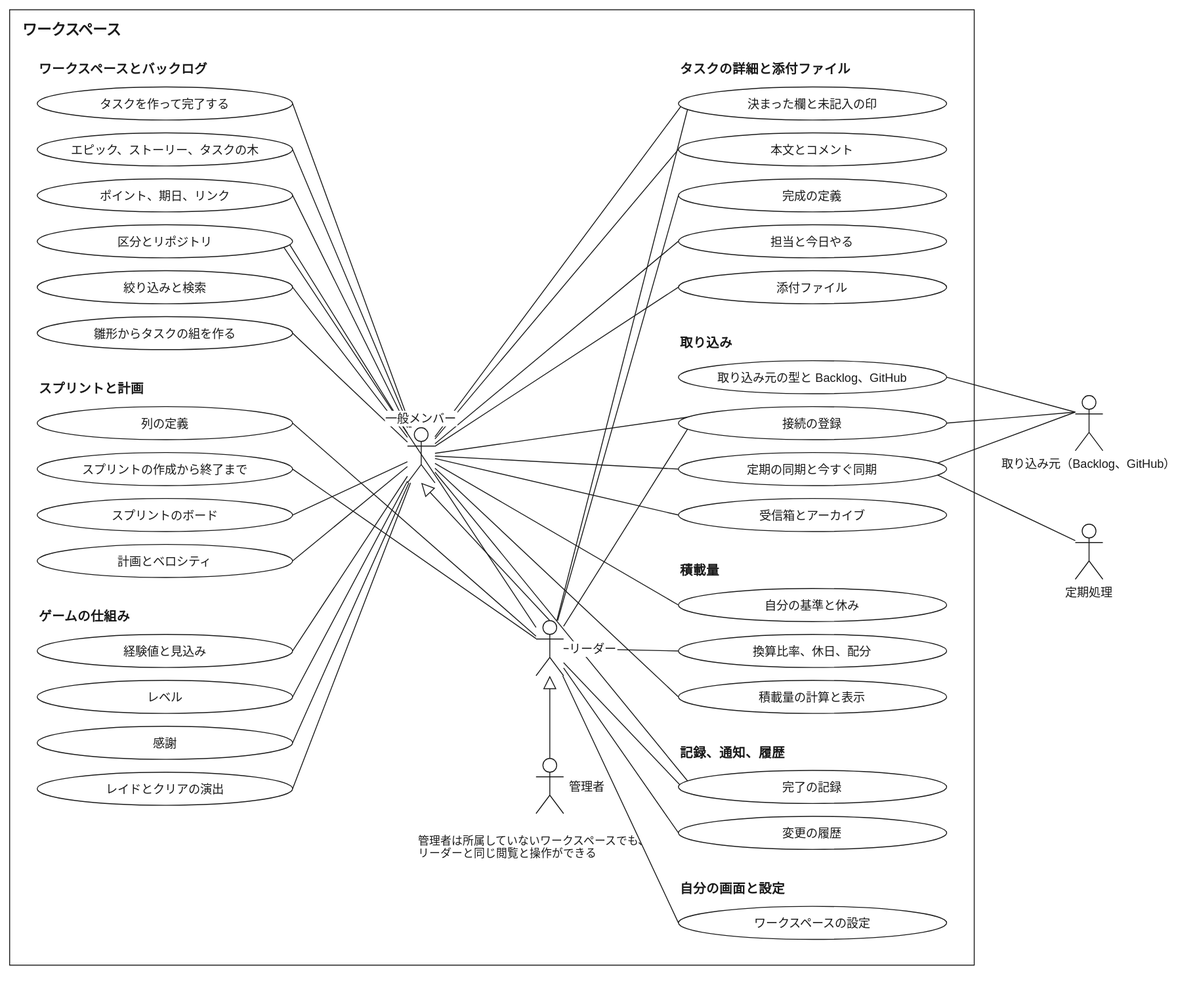
This is docs/use-cases-workspace.drawio.svg from ucan-lab/scrum-guild, a draw.io export, as it was before one commit. Source tidied: cells renumbered, new cells last; positions are measured from the earlier drawing's top-left corner, leaving out a move shared by most shapes.
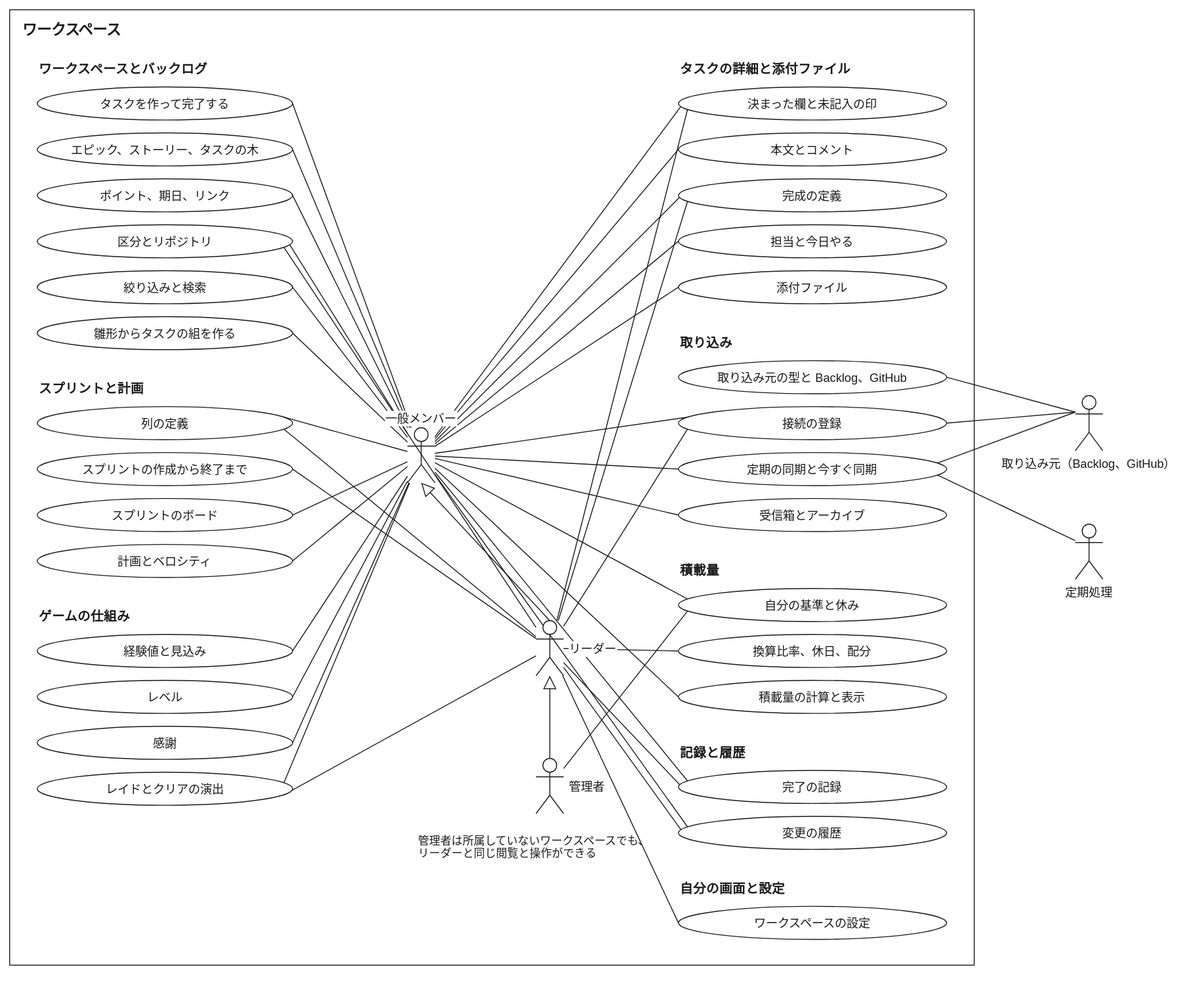
The same diagram one commit later.

Commit message:
docs: ユースケース図の login を「ログインした人」にし、見る側と依頼主の付け替えの線を足す

Diff of the diagram source:
```diff
@@ -29,93 +29,108 @@
     <mxCell id="10" style="html=0;fontFamily=Helvetica;fontSize=13;fontColor=#1a1a1a;strokeColor=#1a1a1a;endArrow=none;endFill=0;rounded=0;entryX=1;entryY=0.5;entryDx=0;entryDy=0;" parent="1" edge="1" source="78" target="47">
       <mxGeometry relative="1" as="geometry" />
     </mxCell>
-    <mxCell id="11" style="html=0;fontFamily=Helvetica;fontSize=13;fontColor=#1a1a1a;strokeColor=#1a1a1a;endArrow=none;endFill=0;rounded=0;entryX=1;entryY=0.5;entryDx=0;entryDy=0;" parent="1" edge="1" source="79" target="49">
+    <mxCell id="11" style="html=0;fontFamily=Helvetica;fontSize=13;fontColor=#1a1a1a;strokeColor=#1a1a1a;endArrow=none;endFill=0;rounded=0;entryX=1;entryY=0.3;entryDx=0;entryDy=0;" parent="1" edge="1" source="78" target="49">
       <mxGeometry relative="1" as="geometry" />
     </mxCell>
-    <mxCell id="12" style="html=0;fontFamily=Helvetica;fontSize=13;fontColor=#1a1a1a;strokeColor=#1a1a1a;endArrow=none;endFill=0;rounded=0;entryX=1;entryY=0.5;entryDx=0;entryDy=0;" parent="1" edge="1" source="79" target="50">
+    <mxCell id="12" style="html=0;fontFamily=Helvetica;fontSize=13;fontColor=#1a1a1a;strokeColor=#1a1a1a;endArrow=none;endFill=0;rounded=0;entryX=1;entryY=0.7;entryDx=0;entryDy=0;" parent="1" edge="1" source="79" target="49">
       <mxGeometry relative="1" as="geometry" />
     </mxCell>
-    <mxCell id="13" style="html=0;fontFamily=Helvetica;fontSize=13;fontColor=#1a1a1a;strokeColor=#1a1a1a;endArrow=none;endFill=0;rounded=0;entryX=1;entryY=0.5;entryDx=0;entryDy=0;" parent="1" edge="1" source="78" target="51">
+    <mxCell id="13" style="html=0;fontFamily=Helvetica;fontSize=13;fontColor=#1a1a1a;strokeColor=#1a1a1a;endArrow=none;endFill=0;rounded=0;entryX=1;entryY=0.5;entryDx=0;entryDy=0;" parent="1" edge="1" source="79" target="50">
       <mxGeometry relative="1" as="geometry" />
     </mxCell>
-    <mxCell id="14" style="html=0;fontFamily=Helvetica;fontSize=13;fontColor=#1a1a1a;strokeColor=#1a1a1a;endArrow=none;endFill=0;rounded=0;entryX=1;entryY=0.5;entryDx=0;entryDy=0;" parent="1" edge="1" source="78" target="52">
+    <mxCell id="14" style="html=0;fontFamily=Helvetica;fontSize=13;fontColor=#1a1a1a;strokeColor=#1a1a1a;endArrow=none;endFill=0;rounded=0;entryX=1;entryY=0.5;entryDx=0;entryDy=0;" parent="1" edge="1" source="78" target="51">
       <mxGeometry relative="1" as="geometry" />
     </mxCell>
-    <mxCell id="15" style="html=0;fontFamily=Helvetica;fontSize=13;fontColor=#1a1a1a;strokeColor=#1a1a1a;endArrow=none;endFill=0;rounded=0;entryX=1;entryY=0.5;entryDx=0;entryDy=0;" parent="1" edge="1" source="78" target="54">
+    <mxCell id="15" style="html=0;fontFamily=Helvetica;fontSize=13;fontColor=#1a1a1a;strokeColor=#1a1a1a;endArrow=none;endFill=0;rounded=0;entryX=1;entryY=0.5;entryDx=0;entryDy=0;" parent="1" edge="1" source="78" target="52">
       <mxGeometry relative="1" as="geometry" />
     </mxCell>
-    <mxCell id="16" style="html=0;fontFamily=Helvetica;fontSize=13;fontColor=#1a1a1a;strokeColor=#1a1a1a;endArrow=none;endFill=0;rounded=0;entryX=1;entryY=0.5;entryDx=0;entryDy=0;" parent="1" edge="1" source="78" target="55">
+    <mxCell id="16" style="html=0;fontFamily=Helvetica;fontSize=13;fontColor=#1a1a1a;strokeColor=#1a1a1a;endArrow=none;endFill=0;rounded=0;entryX=1;entryY=0.5;entryDx=0;entryDy=0;" parent="1" edge="1" source="78" target="54">
       <mxGeometry relative="1" as="geometry" />
     </mxCell>
-    <mxCell id="17" style="html=0;fontFamily=Helvetica;fontSize=13;fontColor=#1a1a1a;strokeColor=#1a1a1a;endArrow=none;endFill=0;rounded=0;entryX=1;entryY=0.5;entryDx=0;entryDy=0;" parent="1" edge="1" source="78" target="56">
+    <mxCell id="17" style="html=0;fontFamily=Helvetica;fontSize=13;fontColor=#1a1a1a;strokeColor=#1a1a1a;endArrow=none;endFill=0;rounded=0;entryX=1;entryY=0.5;entryDx=0;entryDy=0;" parent="1" edge="1" source="78" target="55">
       <mxGeometry relative="1" as="geometry" />
     </mxCell>
-    <mxCell id="18" style="html=0;fontFamily=Helvetica;fontSize=13;fontColor=#1a1a1a;strokeColor=#1a1a1a;endArrow=none;endFill=0;rounded=0;entryX=1;entryY=0.5;entryDx=0;entryDy=0;" parent="1" edge="1" source="78" target="57">
+    <mxCell id="18" style="html=0;fontFamily=Helvetica;fontSize=13;fontColor=#1a1a1a;strokeColor=#1a1a1a;endArrow=none;endFill=0;rounded=0;entryX=1;entryY=0.5;entryDx=0;entryDy=0;" parent="1" edge="1" source="78" target="56">
       <mxGeometry relative="1" as="geometry" />
     </mxCell>
-    <mxCell id="19" style="html=0;fontFamily=Helvetica;fontSize=13;fontColor=#1a1a1a;strokeColor=#1a1a1a;endArrow=none;endFill=0;rounded=0;entryX=0;entryY=0.3;entryDx=0;entryDy=0;" parent="1" edge="1" source="78" target="59">
+    <mxCell id="19" style="html=0;fontFamily=Helvetica;fontSize=13;fontColor=#1a1a1a;strokeColor=#1a1a1a;endArrow=none;endFill=0;rounded=0;entryX=1;entryY=0.3;entryDx=0;entryDy=0;" parent="1" edge="1" source="78" target="57">
       <mxGeometry relative="1" as="geometry" />
     </mxCell>
-    <mxCell id="20" style="html=0;fontFamily=Helvetica;fontSize=13;fontColor=#1a1a1a;strokeColor=#1a1a1a;endArrow=none;endFill=0;rounded=0;entryX=0;entryY=0.7;entryDx=0;entryDy=0;" parent="1" edge="1" source="79" target="59">
+    <mxCell id="20" style="html=0;fontFamily=Helvetica;fontSize=13;fontColor=#1a1a1a;strokeColor=#1a1a1a;endArrow=none;endFill=0;rounded=0;entryX=1;entryY=0.7;entryDx=0;entryDy=0;" parent="1" edge="1" source="79" target="57">
       <mxGeometry relative="1" as="geometry" />
     </mxCell>
-    <mxCell id="21" style="html=0;fontFamily=Helvetica;fontSize=13;fontColor=#1a1a1a;strokeColor=#1a1a1a;endArrow=none;endFill=0;rounded=0;entryX=0;entryY=0.5;entryDx=0;entryDy=0;" parent="1" edge="1" source="78" target="60">
+    <mxCell id="21" style="html=0;fontFamily=Helvetica;fontSize=13;fontColor=#1a1a1a;strokeColor=#1a1a1a;endArrow=none;endFill=0;rounded=0;entryX=0;entryY=0.3;entryDx=0;entryDy=0;" parent="1" edge="1" source="78" target="59">
       <mxGeometry relative="1" as="geometry" />
     </mxCell>
-    <mxCell id="22" style="html=0;fontFamily=Helvetica;fontSize=13;fontColor=#1a1a1a;strokeColor=#1a1a1a;endArrow=none;endFill=0;rounded=0;entryX=0;entryY=0.5;entryDx=0;entryDy=0;" parent="1" edge="1" source="79" target="61">
+    <mxCell id="22" style="html=0;fontFamily=Helvetica;fontSize=13;fontColor=#1a1a1a;strokeColor=#1a1a1a;endArrow=none;endFill=0;rounded=0;entryX=0;entryY=0.7;entryDx=0;entryDy=0;" parent="1" edge="1" source="79" target="59">
       <mxGeometry relative="1" as="geometry" />
     </mxCell>
-    <mxCell id="23" style="html=0;fontFamily=Helvetica;fontSize=13;fontColor=#1a1a1a;strokeColor=#1a1a1a;endArrow=none;endFill=0;rounded=0;entryX=0;entryY=0.5;entryDx=0;entryDy=0;" parent="1" edge="1" source="78" target="62">
+    <mxCell id="23" style="html=0;fontFamily=Helvetica;fontSize=13;fontColor=#1a1a1a;strokeColor=#1a1a1a;endArrow=none;endFill=0;rounded=0;entryX=0;entryY=0.5;entryDx=0;entryDy=0;" parent="1" edge="1" source="78" target="60">
       <mxGeometry relative="1" as="geometry" />
     </mxCell>
-    <mxCell id="24" style="html=0;fontFamily=Helvetica;fontSize=13;fontColor=#1a1a1a;strokeColor=#1a1a1a;endArrow=none;endFill=0;rounded=0;entryX=0;entryY=0.5;entryDx=0;entryDy=0;" parent="1" edge="1" source="78" target="63">
+    <mxCell id="24" style="html=0;fontFamily=Helvetica;fontSize=13;fontColor=#1a1a1a;strokeColor=#1a1a1a;endArrow=none;endFill=0;rounded=0;entryX=0;entryY=0.3;entryDx=0;entryDy=0;" parent="1" edge="1" source="78" target="61">
       <mxGeometry relative="1" as="geometry" />
     </mxCell>
-    <mxCell id="25" style="html=0;fontFamily=Helvetica;fontSize=13;fontColor=#1a1a1a;strokeColor=#1a1a1a;endArrow=none;endFill=0;rounded=0;entryX=1;entryY=0.5;entryDx=0;entryDy=0;exitX=0;exitY=0.3;exitDx=0;exitDy=0;" parent="1" edge="1" source="82" target="65">
+    <mxCell id="25" style="html=0;fontFamily=Helvetica;fontSize=13;fontColor=#1a1a1a;strokeColor=#1a1a1a;endArrow=none;endFill=0;rounded=0;entryX=0;entryY=0.7;entryDx=0;entryDy=0;" parent="1" edge="1" source="79" target="61">
       <mxGeometry relative="1" as="geometry" />
     </mxCell>
-    <mxCell id="26" style="html=0;fontFamily=Helvetica;fontSize=13;fontColor=#1a1a1a;strokeColor=#1a1a1a;endArrow=none;endFill=0;rounded=0;entryX=0;entryY=0.3;entryDx=0;entryDy=0;" parent="1" edge="1" source="78" target="66">
+    <mxCell id="26" style="html=0;fontFamily=Helvetica;fontSize=13;fontColor=#1a1a1a;strokeColor=#1a1a1a;endArrow=none;endFill=0;rounded=0;entryX=0;entryY=0.5;entryDx=0;entryDy=0;" parent="1" edge="1" source="78" target="62">
       <mxGeometry relative="1" as="geometry" />
     </mxCell>
-    <mxCell id="27" style="html=0;fontFamily=Helvetica;fontSize=13;fontColor=#1a1a1a;strokeColor=#1a1a1a;endArrow=none;endFill=0;rounded=0;entryX=0;entryY=0.7;entryDx=0;entryDy=0;" parent="1" edge="1" source="79" target="66">
+    <mxCell id="27" style="html=0;fontFamily=Helvetica;fontSize=13;fontColor=#1a1a1a;strokeColor=#1a1a1a;endArrow=none;endFill=0;rounded=0;entryX=0;entryY=0.5;entryDx=0;entryDy=0;" parent="1" edge="1" source="78" target="63">
       <mxGeometry relative="1" as="geometry" />
     </mxCell>
-    <mxCell id="28" style="html=0;fontFamily=Helvetica;fontSize=13;fontColor=#1a1a1a;strokeColor=#1a1a1a;endArrow=none;endFill=0;rounded=0;entryX=1;entryY=0.5;entryDx=0;entryDy=0;exitX=0;exitY=0.3;exitDx=0;exitDy=0;" parent="1" edge="1" source="82" target="66">
+    <mxCell id="28" style="html=0;fontFamily=Helvetica;fontSize=13;fontColor=#1a1a1a;strokeColor=#1a1a1a;endArrow=none;endFill=0;rounded=0;entryX=1;entryY=0.5;entryDx=0;entryDy=0;exitX=0;exitY=0.3;exitDx=0;exitDy=0;" parent="1" edge="1" source="82" target="65">
       <mxGeometry relative="1" as="geometry" />
     </mxCell>
-    <mxCell id="29" style="html=0;fontFamily=Helvetica;fontSize=13;fontColor=#1a1a1a;strokeColor=#1a1a1a;endArrow=none;endFill=0;rounded=0;entryX=0;entryY=0.5;entryDx=0;entryDy=0;" parent="1" edge="1" source="78" target="67">
+    <mxCell id="29" style="html=0;fontFamily=Helvetica;fontSize=13;fontColor=#1a1a1a;strokeColor=#1a1a1a;endArrow=none;endFill=0;rounded=0;entryX=0;entryY=0.3;entryDx=0;entryDy=0;" parent="1" edge="1" source="78" target="66">
       <mxGeometry relative="1" as="geometry" />
     </mxCell>
-    <mxCell id="30" style="html=0;fontFamily=Helvetica;fontSize=13;fontColor=#1a1a1a;strokeColor=#1a1a1a;endArrow=none;endFill=0;rounded=0;entryX=1;entryY=0.3;entryDx=0;entryDy=0;exitX=0;exitY=0.3;exitDx=0;exitDy=0;" parent="1" edge="1" source="82" target="67">
+    <mxCell id="30" style="html=0;fontFamily=Helvetica;fontSize=13;fontColor=#1a1a1a;strokeColor=#1a1a1a;endArrow=none;endFill=0;rounded=0;entryX=0;entryY=0.7;entryDx=0;entryDy=0;" parent="1" edge="1" source="79" target="66">
       <mxGeometry relative="1" as="geometry" />
     </mxCell>
-    <mxCell id="31" style="html=0;fontFamily=Helvetica;fontSize=13;fontColor=#1a1a1a;strokeColor=#1a1a1a;endArrow=none;endFill=0;rounded=0;entryX=1;entryY=0.7;entryDx=0;entryDy=0;exitX=0;exitY=0.3;exitDx=0;exitDy=0;" parent="1" edge="1" source="83" target="67">
+    <mxCell id="31" style="html=0;fontFamily=Helvetica;fontSize=13;fontColor=#1a1a1a;strokeColor=#1a1a1a;endArrow=none;endFill=0;rounded=0;entryX=1;entryY=0.5;entryDx=0;entryDy=0;exitX=0;exitY=0.3;exitDx=0;exitDy=0;" parent="1" edge="1" source="82" target="66">
       <mxGeometry relative="1" as="geometry" />
     </mxCell>
-    <mxCell id="32" style="html=0;fontFamily=Helvetica;fontSize=13;fontColor=#1a1a1a;strokeColor=#1a1a1a;endArrow=none;endFill=0;rounded=0;entryX=0;entryY=0.5;entryDx=0;entryDy=0;" parent="1" edge="1" source="78" target="68">
+    <mxCell id="32" style="html=0;fontFamily=Helvetica;fontSize=13;fontColor=#1a1a1a;strokeColor=#1a1a1a;endArrow=none;endFill=0;rounded=0;entryX=0;entryY=0.5;entryDx=0;entryDy=0;" parent="1" edge="1" source="78" target="67">
       <mxGeometry relative="1" as="geometry" />
     </mxCell>
-    <mxCell id="33" style="html=0;fontFamily=Helvetica;fontSize=13;fontColor=#1a1a1a;strokeColor=#1a1a1a;endArrow=none;endFill=0;rounded=0;entryX=0;entryY=0.5;entryDx=0;entryDy=0;" parent="1" edge="1" source="78" target="70">
+    <mxCell id="33" style="html=0;fontFamily=Helvetica;fontSize=13;fontColor=#1a1a1a;strokeColor=#1a1a1a;endArrow=none;endFill=0;rounded=0;entryX=1;entryY=0.3;entryDx=0;entryDy=0;exitX=0;exitY=0.3;exitDx=0;exitDy=0;" parent="1" edge="1" source="82" target="67">
       <mxGeometry relative="1" as="geometry" />
     </mxCell>
-    <mxCell id="34" style="html=0;fontFamily=Helvetica;fontSize=13;fontColor=#1a1a1a;strokeColor=#1a1a1a;endArrow=none;endFill=0;rounded=0;entryX=0;entryY=0.5;entryDx=0;entryDy=0;" parent="1" edge="1" source="79" target="71">
+    <mxCell id="34" style="html=0;fontFamily=Helvetica;fontSize=13;fontColor=#1a1a1a;strokeColor=#1a1a1a;endArrow=none;endFill=0;rounded=0;entryX=1;entryY=0.7;entryDx=0;entryDy=0;exitX=0;exitY=0.3;exitDx=0;exitDy=0;" parent="1" edge="1" source="83" target="67">
       <mxGeometry relative="1" as="geometry" />
     </mxCell>
-    <mxCell id="35" style="html=0;fontFamily=Helvetica;fontSize=13;fontColor=#1a1a1a;strokeColor=#1a1a1a;endArrow=none;endFill=0;rounded=0;entryX=0;entryY=0.5;entryDx=0;entryDy=0;" parent="1" edge="1" source="78" target="72">
+    <mxCell id="35" style="html=0;fontFamily=Helvetica;fontSize=13;fontColor=#1a1a1a;strokeColor=#1a1a1a;endArrow=none;endFill=0;rounded=0;entryX=0;entryY=0.5;entryDx=0;entryDy=0;" parent="1" edge="1" source="78" target="68">
       <mxGeometry relative="1" as="geometry" />
     </mxCell>
-    <mxCell id="36" style="html=0;fontFamily=Helvetica;fontSize=13;fontColor=#1a1a1a;strokeColor=#1a1a1a;endArrow=none;endFill=0;rounded=0;entryX=0;entryY=0.3;entryDx=0;entryDy=0;" parent="1" edge="1" source="78" target="74">
+    <mxCell id="36" style="html=0;fontFamily=Helvetica;fontSize=13;fontColor=#1a1a1a;strokeColor=#1a1a1a;endArrow=none;endFill=0;rounded=0;entryX=0;entryY=0.3;entryDx=0;entryDy=0;" parent="1" edge="1" source="78" target="70">
       <mxGeometry relative="1" as="geometry" />
     </mxCell>
-    <mxCell id="37" style="html=0;fontFamily=Helvetica;fontSize=13;fontColor=#1a1a1a;strokeColor=#1a1a1a;endArrow=none;endFill=0;rounded=0;entryX=0;entryY=0.7;entryDx=0;entryDy=0;" parent="1" edge="1" source="79" target="74">
+    <mxCell id="37" style="html=0;fontFamily=Helvetica;fontSize=13;fontColor=#1a1a1a;strokeColor=#1a1a1a;endArrow=none;endFill=0;rounded=0;entryX=0;entryY=0.7;entryDx=0;entryDy=0;" parent="1" edge="1" source="80" target="70">
       <mxGeometry relative="1" as="geometry" />
     </mxCell>
-    <mxCell id="38" style="html=0;fontFamily=Helvetica;fontSize=13;fontColor=#1a1a1a;strokeColor=#1a1a1a;endArrow=none;endFill=0;rounded=0;entryX=0;entryY=0.5;entryDx=0;entryDy=0;" parent="1" edge="1" source="79" target="75">
+    <mxCell id="38" style="html=0;fontFamily=Helvetica;fontSize=13;fontColor=#1a1a1a;strokeColor=#1a1a1a;endArrow=none;endFill=0;rounded=0;entryX=0;entryY=0.5;entryDx=0;entryDy=0;" parent="1" edge="1" source="79" target="71">
       <mxGeometry relative="1" as="geometry" />
     </mxCell>
-    <mxCell id="39" style="html=0;fontFamily=Helvetica;fontSize=13;fontColor=#1a1a1a;strokeColor=#1a1a1a;endArrow=none;endFill=0;rounded=0;entryX=0;entryY=0.5;entryDx=0;entryDy=0;" parent="1" edge="1" source="79" target="77">
+    <mxCell id="39" style="html=0;fontFamily=Helvetica;fontSize=13;fontColor=#1a1a1a;strokeColor=#1a1a1a;endArrow=none;endFill=0;rounded=0;entryX=0;entryY=0.5;entryDx=0;entryDy=0;" parent="1" edge="1" source="78" target="72">
       <mxGeometry relative="1" as="geometry" />
     </mxCell>
+    <mxCell id="84" style="html=0;fontFamily=Helvetica;fontSize=13;fontColor=#1a1a1a;strokeColor=#1a1a1a;endArrow=none;endFill=0;rounded=0;entryX=0;entryY=0.3;entryDx=0;entryDy=0;" parent="1" edge="1" source="78" target="74">
+      <mxGeometry relative="1" as="geometry" />
+    </mxCell>
+    <mxCell id="85" style="html=0;fontFamily=Helvetica;fontSize=13;fontColor=#1a1a1a;strokeColor=#1a1a1a;endArrow=none;endFill=0;rounded=0;entryX=0;entryY=0.7;entryDx=0;entryDy=0;" parent="1" edge="1" source="79" target="74">
+      <mxGeometry relative="1" as="geometry" />
+    </mxCell>
+    <mxCell id="86" style="html=0;fontFamily=Helvetica;fontSize=13;fontColor=#1a1a1a;strokeColor=#1a1a1a;endArrow=none;endFill=0;rounded=0;entryX=0;entryY=0.3;entryDx=0;entryDy=0;" parent="1" edge="1" source="78" target="75">
+      <mxGeometry relative="1" as="geometry" />
+    </mxCell>
+    <mxCell id="87" style="html=0;fontFamily=Helvetica;fontSize=13;fontColor=#1a1a1a;strokeColor=#1a1a1a;endArrow=none;endFill=0;rounded=0;entryX=0;entryY=0.7;entryDx=0;entryDy=0;" parent="1" edge="1" source="79" target="75">
+      <mxGeometry relative="1" as="geometry" />
+    </mxCell>
+    <mxCell id="88" style="html=0;fontFamily=Helvetica;fontSize=13;fontColor=#1a1a1a;strokeColor=#1a1a1a;endArrow=none;endFill=0;rounded=0;entryX=0;entryY=0.5;entryDx=0;entryDy=0;" parent="1" edge="1" source="79" target="77">
+      <mxGeometry relative="1" as="geometry" />
+    </mxCell>
     <mxCell id="40" value="ワークスペース" style="html=0;fontFamily=Helvetica;fontSize=13;fontColor=#1a1a1a;strokeColor=#1a1a1a;rounded=0;fillColor=none;verticalAlign=top;align=left;spacingLeft=12;spacingTop=6;fontStyle=1;fontSize=16;" parent="1" vertex="1">
       <mxGeometry width="1050" height="1040" as="geometry" />
     </mxCell>
@@ -215,7 +230,7 @@
     <mxCell id="72" value="積載量の計算と表示" style="html=0;fontFamily=Helvetica;fontSize=13;fontColor=#1a1a1a;strokeColor=#1a1a1a;ellipse;whiteSpace=nowrap;fillColor=#ffffff;" parent="1" vertex="1">
       <mxGeometry x="728" y="730" width="292" height="36" as="geometry" />
     </mxCell>
-    <mxCell id="73" value="記録、通知、履歴" style="html=0;fontFamily=Helvetica;fontSize=13;fontColor=#1a1a1a;strokeColor=#1a1a1a;text;align=left;verticalAlign=middle;fontStyle=1;fontSize=14;strokeColor=none;fillColor=none;" parent="1" vertex="1">
+    <mxCell id="73" value="記録と履歴" style="html=0;fontFamily=Helvetica;fontSize=13;fontColor=#1a1a1a;strokeColor=#1a1a1a;text;align=left;verticalAlign=middle;fontStyle=1;fontSize=14;strokeColor=none;fillColor=none;" parent="1" vertex="1">
       <mxGeometry x="728" y="794" width="372" height="28" as="geometry" />
     </mxCell>
     <mxCell id="74" value="完了の記録" style="html=0;fontFamily=Helvetica;fontSize=13;fontColor=#1a1a1a;strokeColor=#1a1a1a;ellipse;whiteSpace=nowrap;fillColor=#ffffff;" parent="1" vertex="1">
```
